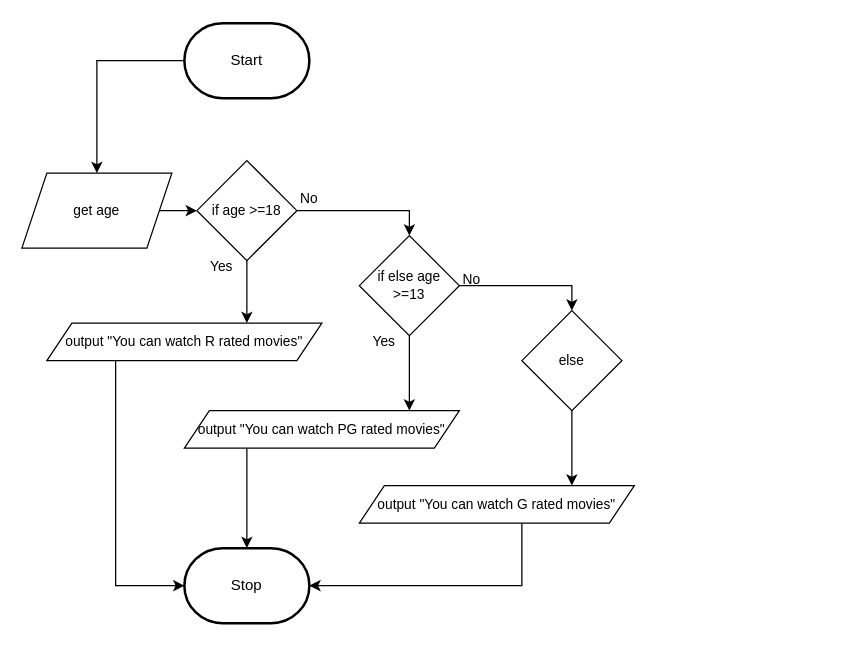
This is design/flowchart.drawio from MTHS-ICS2O-2-2022/ICS2O-Unit-5-03-Mohamad-Tanbari, a draw.io file, before an edit. Source tidied: cells renumbered, new cells numbered last; positions are measured from the earlier drawing's top-left corner, leaving out a move shared by most shapes. Both pictures are drawn from the tidied source at 125%, with x=0, y=0 at pixel (21, 22).
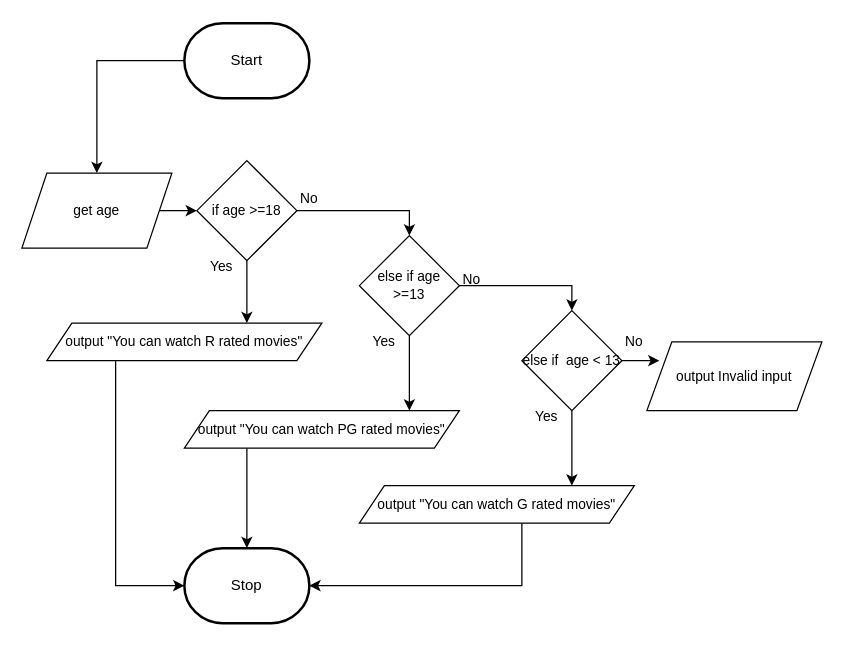
The same diagram, later.

Diff of the diagram source:
```diff
@@
-    <mxCell id="12" value="&lt;div&gt;if else age &amp;gt;=13&lt;br&gt;&lt;/div&gt;" style="rhombus;whiteSpace=wrap;html=1;fontFamily=Helvetica;fontSize=11;fontColor=default;" parent="1" vertex="1">
+    <mxCell id="12" value="&lt;div&gt;else if age &amp;gt;=13&lt;br&gt;&lt;/div&gt;" style="rhombus;whiteSpace=wrap;html=1;fontFamily=Helvetica;fontSize=11;fontColor=default;" parent="1" vertex="1">
       <mxGeometry x="270" y="170" width="80" height="80" as="geometry" />
     </mxCell>
@@
+    <mxCell id="25" style="edgeStyle=none;html=1;" parent="1" edge="1" source="14">
+      <mxGeometry relative="1" as="geometry">
+        <mxPoint x="510" y="270" as="targetPoint" />
+      </mxGeometry>
+    </mxCell>
-    <mxCell id="14" value="else" style="rhombus;whiteSpace=wrap;html=1;fontFamily=Helvetica;fontSize=11;fontColor=default;" parent="1" vertex="1">
+    <mxCell id="14" value="else if&amp;nbsp; age &amp;lt; 13" style="rhombus;whiteSpace=wrap;html=1;fontFamily=Helvetica;fontSize=11;fontColor=default;" parent="1" vertex="1">
       <mxGeometry x="400" y="230" width="80" height="80" as="geometry" />
     </mxCell>
@@
+    <mxCell id="26" value="output Invalid input" style="shape=parallelogram;perimeter=parallelogramPerimeter;whiteSpace=wrap;html=1;fixedSize=1;fontFamily=Helvetica;fontSize=11;fontColor=default;" parent="1" vertex="1">
+      <mxGeometry x="500" y="255" width="140" height="55" as="geometry" />
+    </mxCell>
+    <mxCell id="27" value="No" style="text;html=1;strokeColor=none;fillColor=none;align=center;verticalAlign=middle;whiteSpace=wrap;rounded=0;fontFamily=Helvetica;fontSize=11;fontColor=default;" parent="1" vertex="1">
+      <mxGeometry x="460" y="240" width="60" height="30" as="geometry" />
+    </mxCell>
+    <mxCell id="28" value="Yes" style="text;html=1;strokeColor=none;fillColor=none;align=center;verticalAlign=middle;whiteSpace=wrap;rounded=0;fontFamily=Helvetica;fontSize=11;fontColor=default;" parent="1" vertex="1">
+      <mxGeometry x="390" y="300" width="60" height="30" as="geometry" />
+    </mxCell>
```
